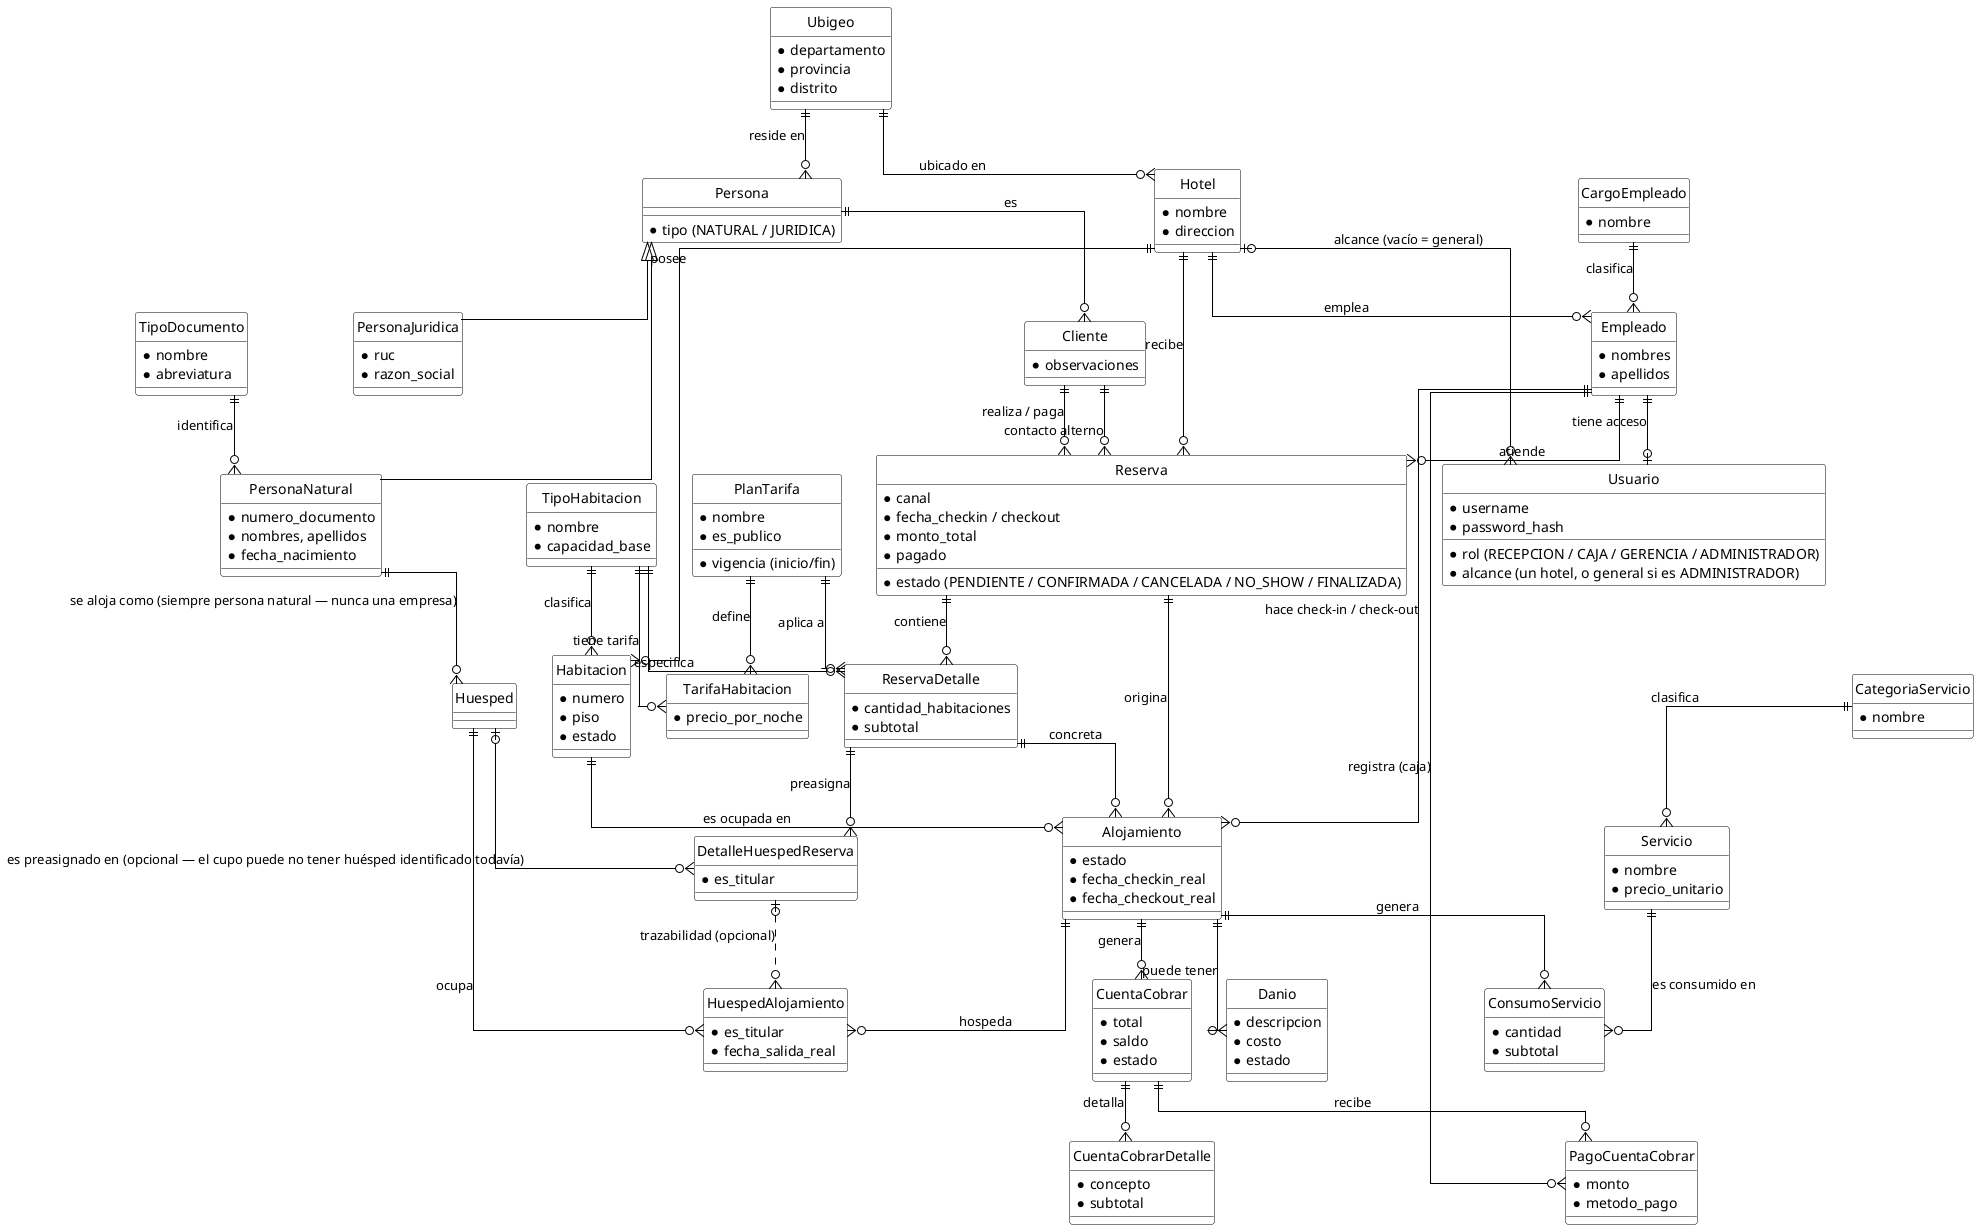
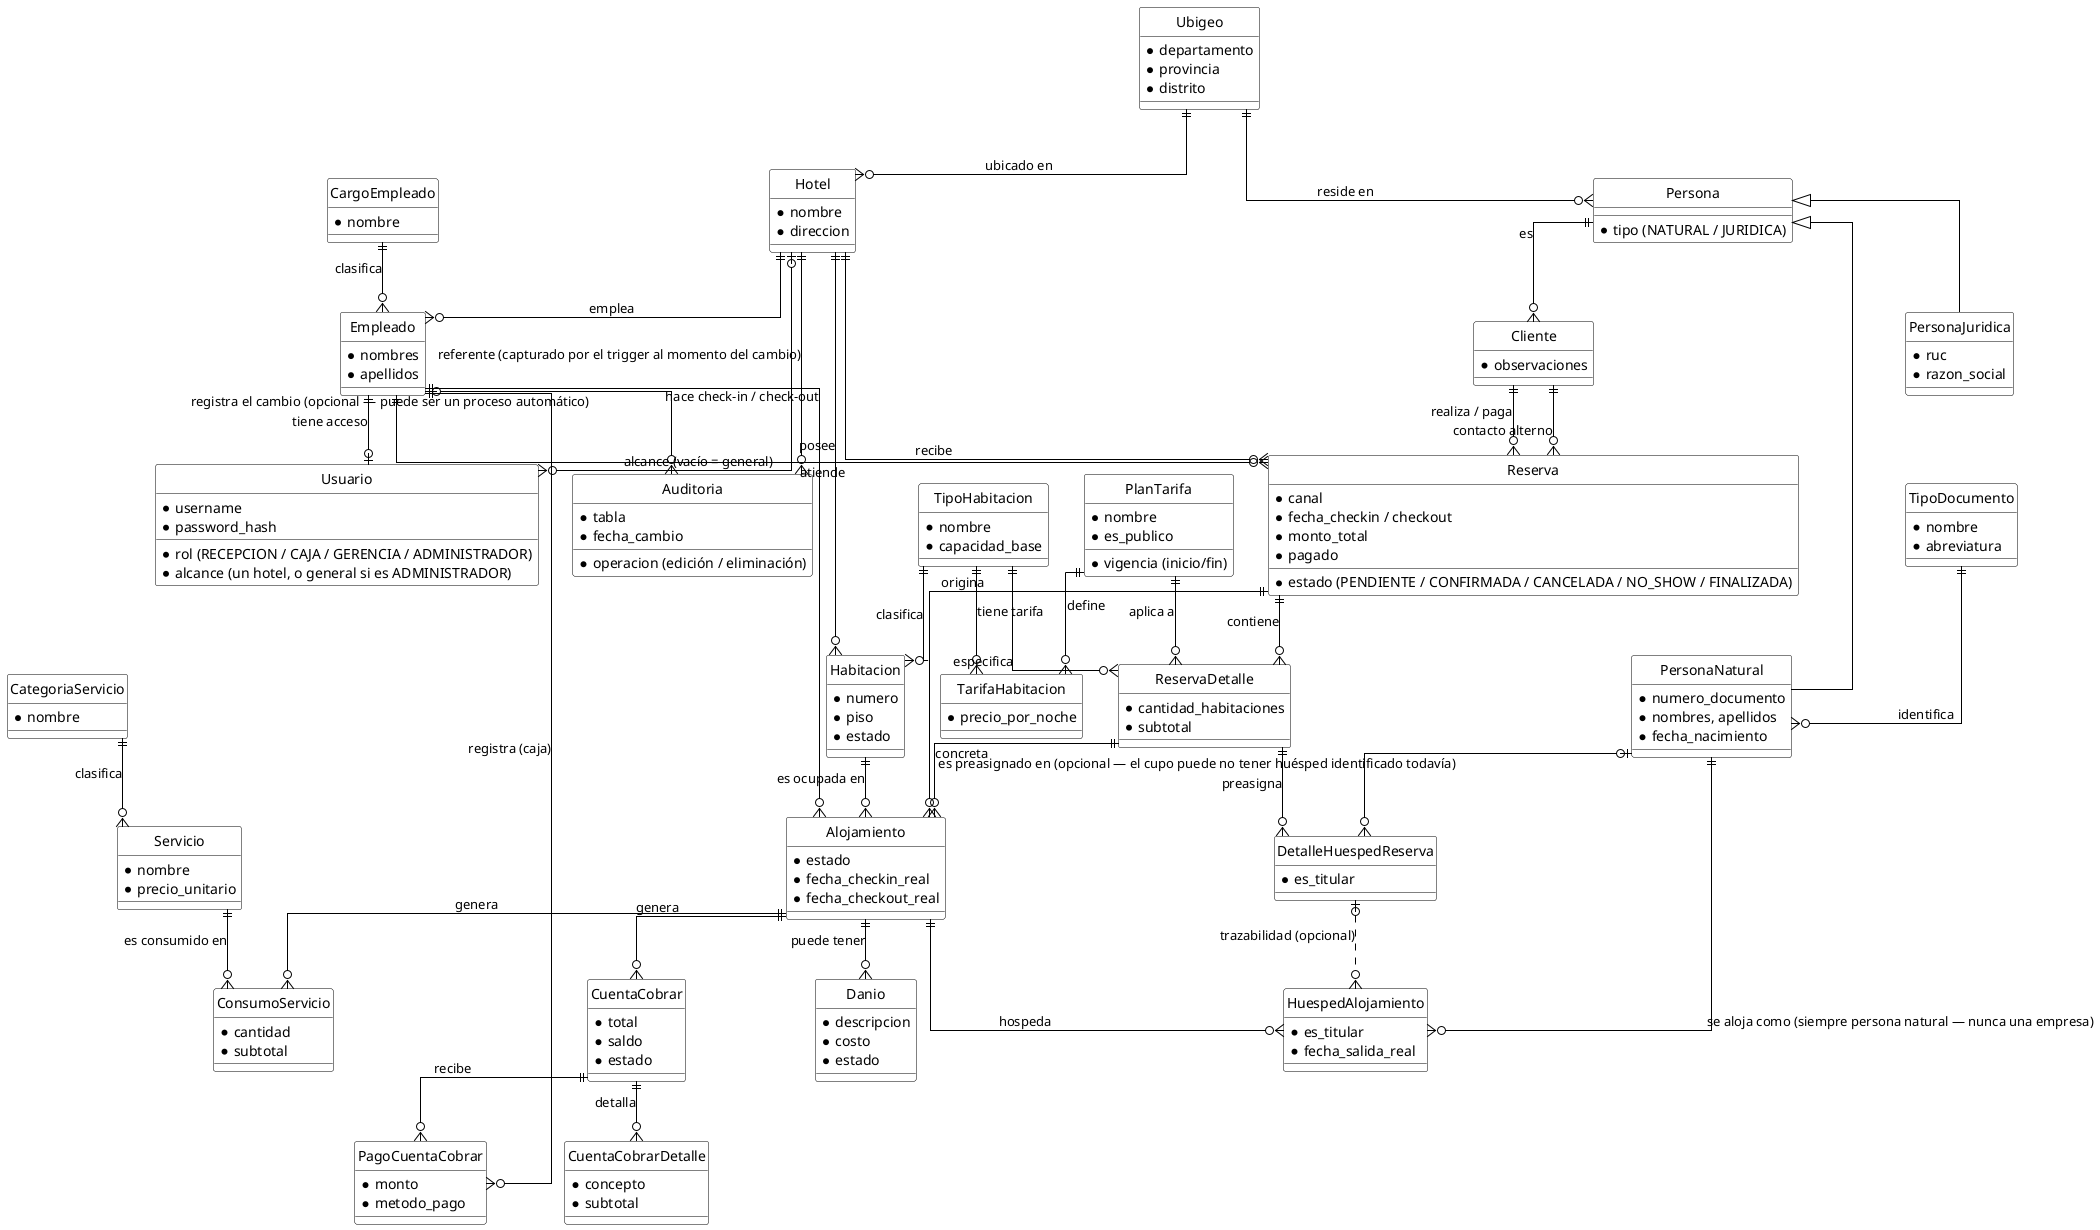
@startuml 01_Modelo_Conceptual

' =============================================================
'  MODELO CONCEPTUAL (Diagrama Entidad-Relación)
'  Proyecto: Sistema de gestión de reservas y estadías para una
'            cadena de hoteles turísticos.
'  Nivel conceptual: solo entidades, atributos identificadores/
'  clave y relaciones con su cardinalidad. Sin tipos de dato ni
'  detalles de implementación (eso va en el modelo lógico/físico).
' =============================================================

hide circle
skinparam linetype ortho
skinparam class {
    BackgroundColor White
    BorderColor Black
    ArrowColor Black
}

' ---------- Geografía y organización ----------
entity Ubigeo {
  * departamento
  * provincia
  * distrito
}

entity Hotel {
  * nombre
  * direccion
}

entity CargoEmpleado {
  * nombre
}

entity Empleado {
  * nombres
  * apellidos
}

' ---------- Autenticación y autorización ----------
entity Usuario {
  * username
  * password_hash
  * rol (RECEPCION / CAJA / GERENCIA / ADMINISTRADOR)
  * alcance (un hotel, o general si es ADMINISTRADOR)
}

' ---------- Personas (facturación) ----------
entity TipoDocumento {
  * nombre
  * abreviatura
}

entity Persona {
  * tipo (NATURAL / JURIDICA)
}

entity PersonaNatural {
  * numero_documento
  * nombres, apellidos
  * fecha_nacimiento
}

entity PersonaJuridica {
  * ruc
  * razon_social
}

entity Cliente {
  * observaciones
}

' ---------- Huésped (rol de ocupación, no identidad propia) ----------
- ' La incertidumbre de "quién" ocupará una habitación vive en
- ' DetalleHuespedReserva (cupo reservado sin nombre todavía, típico en
- ' una reserva corporativa); Huesped nunca es "genérico" — solo existe
- ' cuando ya se conoce a la persona natural que ocupa la habitación.
- entity Huesped {
- }
+ ' "Huésped" no es una entidad con identidad propia: es un ROL que
+ ' cualquier PersonaNatural puede cumplir ("cliente = quien paga/
+ ' factura; huésped = quien duerme"). Por eso no hay entidad Huesped:
+ ' DetalleHuespedReserva y HuespedAlojamiento se relacionan directo con
+ ' PersonaNatural. La incertidumbre de "quién" ocupará una habitación
+ ' (reserva corporativa con cupos aún sin nombre) vive en
+ ' DetalleHuespedReserva, cuyo huésped es opcional hasta identificarlo.

' ---------- Habitaciones y tarifas ----------
entity TipoHabitacion {
  * nombre
  * capacidad_base
}

entity Habitacion {
  * numero
  * piso
  * estado
}

entity PlanTarifa {
  * nombre
  * vigencia (inicio/fin)
  * es_publico
}

entity TarifaHabitacion {
  * precio_por_noche
}

' ---------- Reserva ----------
entity Reserva {
  * estado (PENDIENTE / CONFIRMADA / CANCELADA / NO_SHOW / FINALIZADA)
  * canal
  * fecha_checkin / checkout
  * monto_total
  * pagado
}

entity ReservaDetalle {
  * cantidad_habitaciones
  * subtotal
}

entity DetalleHuespedReserva {
  * es_titular
}

' ---------- Alojamiento (ocupación real) ----------
entity Alojamiento {
  * estado
  * fecha_checkin_real
  * fecha_checkout_real
}

entity HuespedAlojamiento {
  * es_titular
  * fecha_salida_real
}

' ---------- Servicios, daños y cobros ----------
entity CategoriaServicio {
  * nombre
}

entity Servicio {
  * nombre
  * precio_unitario
}

entity ConsumoServicio {
  * cantidad
  * subtotal
}

entity Danio {
  * descripcion
  * costo
  * estado
}

entity CuentaCobrar {
  * total
  * saldo
  * estado
}

entity CuentaCobrarDetalle {
  * concepto
  * subtotal
}

entity PagoCuentaCobrar {
  * monto
  * metodo_pago
}

+ ' ---------- Auditoría ----------
+ ' Bitácora de cambios (edición/eliminación) sobre Reserva y
+ ' CuentaCobrar: quién, cuándo y qué cambió. No se relaciona
+ ' directamente con Reserva/CuentaCobrar porque el registro afectado
+ ' es polimórfico (según de cuál de las dos tablas se trate) y debe
+ ' sobrevivir aunque esa fila ya no exista (ej. una reserva eliminada).
+ entity Auditoria {
+   * tabla
+   * operacion (edición / eliminación)
+   * fecha_cambio
+ }
+ 
' =============================================================
'  RELACIONES
' =============================================================

Ubigeo ||--o{ Hotel               : ubicado en
Ubigeo ||--o{ Persona             : reside en

Hotel  ||--o{ Empleado            : emplea
CargoEmpleado ||--o{ Empleado     : clasifica
Empleado ||--o| Usuario           : tiene acceso
Hotel  |o--o{ Usuario             : alcance (vacío = general)

Hotel  ||--o{ Habitacion          : posee
TipoHabitacion ||--o{ Habitacion  : clasifica
TipoHabitacion ||--o{ TarifaHabitacion : tiene tarifa
PlanTarifa ||--o{ TarifaHabitacion     : define

' Supertipo / subtipo (generalización)
Persona <|-- PersonaNatural
Persona <|-- PersonaJuridica
TipoDocumento ||--o{ PersonaNatural : identifica

Persona ||--o{ Cliente            : es

Hotel  ||--o{ Reserva             : recibe
Cliente ||--o{ Reserva            : realiza / paga
Cliente ||--o{ Reserva            : contacto alterno
Empleado ||--o{ Reserva           : atiende

Reserva ||--o{ ReservaDetalle     : contiene
TipoHabitacion ||--o{ ReservaDetalle : especifica
PlanTarifa ||--o{ ReservaDetalle  : aplica a

ReservaDetalle ||--o{ DetalleHuespedReserva : preasigna
- Huesped |o--o{ DetalleHuespedReserva        : es preasignado en (opcional — el cupo puede no tener huésped identificado todavía)
+ PersonaNatural |o--o{ DetalleHuespedReserva : es preasignado en (opcional — el cupo puede no tener huésped identificado todavía)

Reserva ||--o{ Alojamiento        : origina
ReservaDetalle ||--o{ Alojamiento : concreta
Habitacion ||--o{ Alojamiento     : es ocupada en
Empleado ||--o{ Alojamiento       : hace check-in / check-out

Alojamiento ||--o{ HuespedAlojamiento : hospeda
- Huesped ||--o{ HuespedAlojamiento     : ocupa
+ PersonaNatural ||--o{ HuespedAlojamiento : se aloja como (siempre persona natural — nunca una empresa)
DetalleHuespedReserva |o..o{ HuespedAlojamiento : trazabilidad (opcional)
- PersonaNatural ||--o{ Huesped : se aloja como (siempre persona natural — nunca una empresa)

Alojamiento ||--o{ ConsumoServicio : genera
Servicio ||--o{ ConsumoServicio    : es consumido en
CategoriaServicio ||--o{ Servicio  : clasifica

Alojamiento ||--o{ Danio          : puede tener

Alojamiento ||--o{ CuentaCobrar   : genera
CuentaCobrar ||--o{ CuentaCobrarDetalle : detalla
CuentaCobrar ||--o{ PagoCuentaCobrar    : recibe
Empleado ||--o{ PagoCuentaCobrar        : registra (caja)

+ Empleado |o--o{ Auditoria         : registra el cambio (opcional — puede ser un proceso automático)
+ Hotel ||--o{ Auditoria            : referente (capturado por el trigger al momento del cambio)
+ 
@enduml
